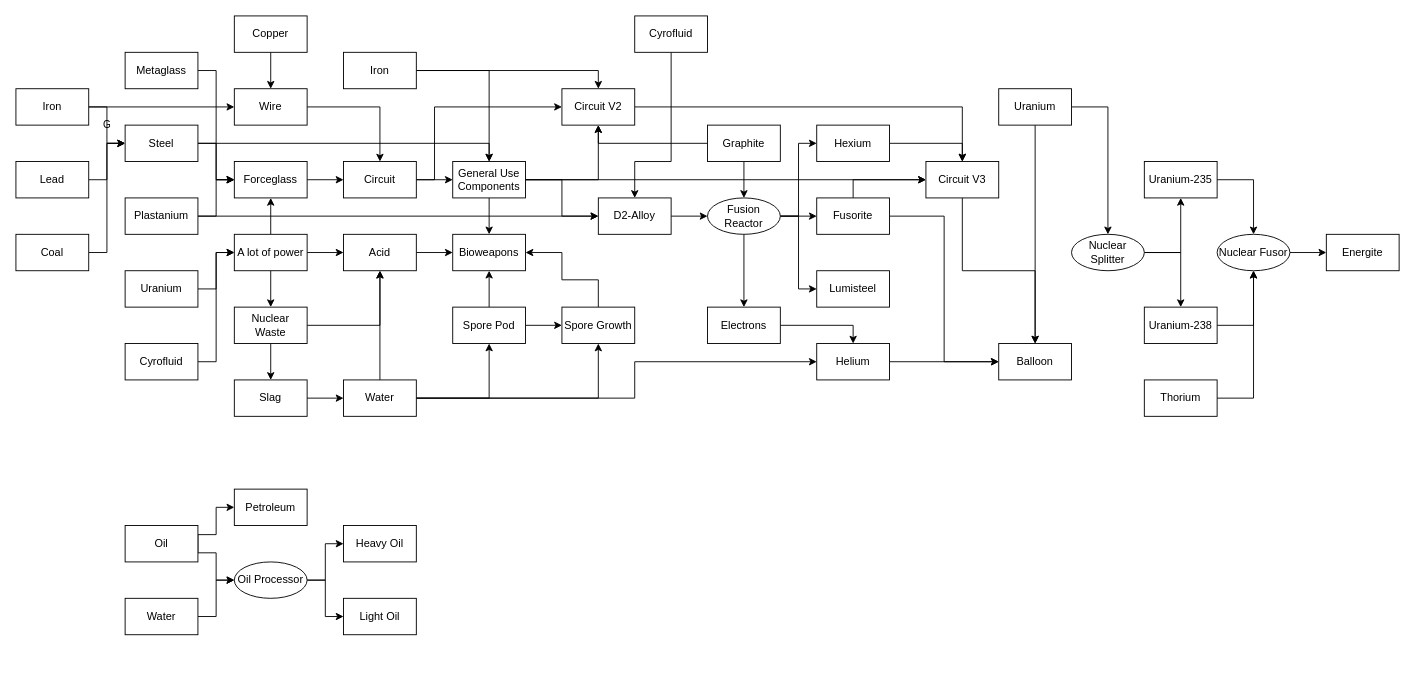
The draw.io diagram folder1/Untitled Diagram.drawio in NimsiTheBest/Flowcharts, before the edit. Source tidied: cells renumbered, new cells numbered last; positions are measured from the earlier drawing's top-left corner, leaving out a move shared by most shapes. Both pictures are drawn from the tidied source at 91%, with x=0, y=0 at pixel (15, 15).
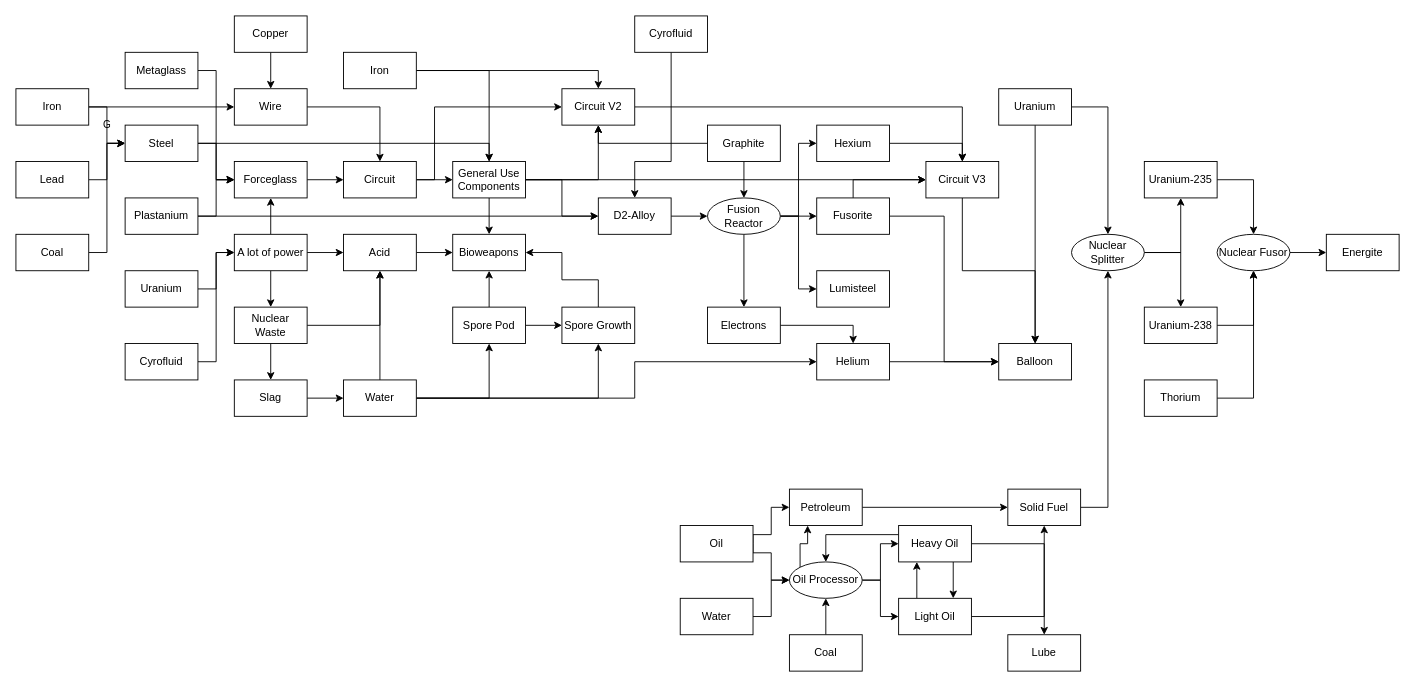
After the change.

The change refers to these unchanged cells:
```xml
<mxCell id="92" value="Nuclear Splitter" style="ellipse;whiteSpace=wrap;html=1;" parent="1" vertex="1">
  <mxGeometry x="1160" y="240" width="80" height="40" as="geometry" />
</mxCell>
```

What changed in the source:
```diff
@@
     <mxCell id="102" style="edgeStyle=orthogonalEdgeStyle;rounded=0;jettySize=auto;html=1;exitX=1;exitY=0.5;exitDx=0;exitDy=0;entryX=0;entryY=0.5;entryDx=0;entryDy=0;" parent="1" edge="1" source="104" target="105">
       <mxGeometry relative="1" as="geometry">
         <Array as="points">
-          <mxPoint x="200" y="570" />
-          <mxPoint x="220" y="570" />
-          <mxPoint x="220" y="540" />
+          <mxPoint x="810" y="570" />
+          <mxPoint x="830" y="570" />
+          <mxPoint x="830" y="540" />
         </Array>
       </mxGeometry>
     </mxCell>
     <mxCell id="103" style="edgeStyle=orthogonalEdgeStyle;rounded=0;jettySize=auto;html=1;exitX=1;exitY=0.5;exitDx=0;exitDy=0;entryX=0;entryY=0.5;entryDx=0;entryDy=0;" parent="1" edge="1" source="104" target="110">
       <mxGeometry relative="1" as="geometry">
         <Array as="points">
-          <mxPoint x="200" y="590" />
-          <mxPoint x="220" y="590" />
-          <mxPoint x="220" y="620" />
+          <mxPoint x="810" y="590" />
+          <mxPoint x="830" y="590" />
+          <mxPoint x="830" y="620" />
         </Array>
       </mxGeometry>
     </mxCell>
     <mxCell id="104" value="Oil" style="rounded=0;whiteSpace=wrap;html=1;" parent="1" vertex="1">
-      <mxGeometry x="120" y="560" width="80" height="40" as="geometry" />
+      <mxGeometry x="730" y="560" width="80" height="40" as="geometry" />
     </mxCell>
+    <mxCell id="113" style="edgeStyle=orthogonalEdgeStyle;rounded=0;jettySize=auto;html=1;exitX=1;exitY=0.5;exitDx=0;exitDy=0;" parent="1" edge="1" source="105" target="124">
+      <mxGeometry relative="1" as="geometry" />
+    </mxCell>
     <mxCell id="105" value="Petroleum" style="rounded=0;whiteSpace=wrap;html=1;" parent="1" vertex="1">
-      <mxGeometry x="240" y="520" width="80" height="40" as="geometry" />
+      <mxGeometry x="850" y="520" width="80" height="40" as="geometry" />
     </mxCell>
@@
     <mxCell id="107" value="Water" style="rounded=0;whiteSpace=wrap;html=1;" parent="1" vertex="1">
-      <mxGeometry x="120" y="640" width="80" height="40" as="geometry" />
+      <mxGeometry x="730" y="640" width="80" height="40" as="geometry" />
     </mxCell>
@@
+    <mxCell id="114" style="edgeStyle=orthogonalEdgeStyle;rounded=0;jettySize=auto;html=1;exitX=0;exitY=0;exitDx=0;exitDy=0;entryX=0.25;entryY=1;entryDx=0;entryDy=0;" parent="1" edge="1" source="110" target="105">
+      <mxGeometry relative="1" as="geometry" />
+    </mxCell>
     <mxCell id="110" value="Oil Processor" style="ellipse;whiteSpace=wrap;html=1;" parent="1" vertex="1">
-      <mxGeometry x="240" y="600" width="80" height="40" as="geometry" />
+      <mxGeometry x="850" y="600" width="80" height="40" as="geometry" />
     </mxCell>
+    <mxCell id="115" style="edgeStyle=orthogonalEdgeStyle;rounded=0;jettySize=auto;html=1;exitX=0.75;exitY=1;exitDx=0;exitDy=0;entryX=0.75;entryY=0;entryDx=0;entryDy=0;" parent="1" edge="1" source="111" target="112">
+      <mxGeometry relative="1" as="geometry" />
+    </mxCell>
+    <mxCell id="116" style="edgeStyle=orthogonalEdgeStyle;rounded=0;jettySize=auto;html=1;exitX=0;exitY=0.25;exitDx=0;exitDy=0;entryX=0.5;entryY=0;entryDx=0;entryDy=0;" parent="1" edge="1" source="111" target="110">
+      <mxGeometry relative="1" as="geometry" />
+    </mxCell>
+    <mxCell id="117" style="edgeStyle=orthogonalEdgeStyle;rounded=0;jettySize=auto;html=1;exitX=1;exitY=0.5;exitDx=0;exitDy=0;" parent="1" edge="1" source="111" target="122">
+      <mxGeometry relative="1" as="geometry" />
+    </mxCell>
     <mxCell id="111" value="Heavy Oil" style="rounded=0;whiteSpace=wrap;html=1;" parent="1" vertex="1">
-      <mxGeometry x="360" y="560" width="80" height="40" as="geometry" />
+      <mxGeometry x="970" y="560" width="80" height="40" as="geometry" />
     </mxCell>
+    <mxCell id="118" style="edgeStyle=orthogonalEdgeStyle;rounded=0;jettySize=auto;html=1;exitX=0.25;exitY=0;exitDx=0;exitDy=0;entryX=0.25;entryY=1;entryDx=0;entryDy=0;" parent="1" edge="1" source="112" target="111">
+      <mxGeometry relative="1" as="geometry" />
+    </mxCell>
+    <mxCell id="119" style="edgeStyle=orthogonalEdgeStyle;rounded=0;jettySize=auto;html=1;exitX=1;exitY=0.5;exitDx=0;exitDy=0;entryX=0.5;entryY=1;entryDx=0;entryDy=0;" parent="1" edge="1" source="112" target="124">
+      <mxGeometry relative="1" as="geometry" />
+    </mxCell>
     <mxCell id="112" value="Light Oil" style="rounded=0;whiteSpace=wrap;html=1;" parent="1" vertex="1">
-      <mxGeometry x="360" y="640" width="80" height="40" as="geometry" />
+      <mxGeometry x="970" y="640" width="80" height="40" as="geometry" />
     </mxCell>
+    <mxCell id="120" style="edgeStyle=orthogonalEdgeStyle;rounded=0;jettySize=auto;html=1;exitX=0.5;exitY=0;exitDx=0;exitDy=0;entryX=0.5;entryY=1;entryDx=0;entryDy=0;" parent="1" edge="1" source="121" target="110">
+      <mxGeometry relative="1" as="geometry" />
+    </mxCell>
+    <mxCell id="121" value="Coal" style="rounded=0;whiteSpace=wrap;html=1;" parent="1" vertex="1">
+      <mxGeometry x="850" y="680" width="80" height="40" as="geometry" />
+    </mxCell>
+    <mxCell id="122" value="Lube" style="rounded=0;whiteSpace=wrap;html=1;" parent="1" vertex="1">
+      <mxGeometry x="1090" y="680" width="80" height="40" as="geometry" />
+    </mxCell>
+    <mxCell id="123" style="edgeStyle=orthogonalEdgeStyle;rounded=0;jettySize=auto;html=1;exitX=1;exitY=0.5;exitDx=0;exitDy=0;" parent="1" edge="1" source="124" target="92">
+      <mxGeometry relative="1" as="geometry" />
+    </mxCell>
+    <mxCell id="124" value="Solid Fuel" style="rounded=0;whiteSpace=wrap;html=1;" parent="1" vertex="1">
+      <mxGeometry x="1090" y="520" width="80" height="40" as="geometry" />
+    </mxCell>
```
